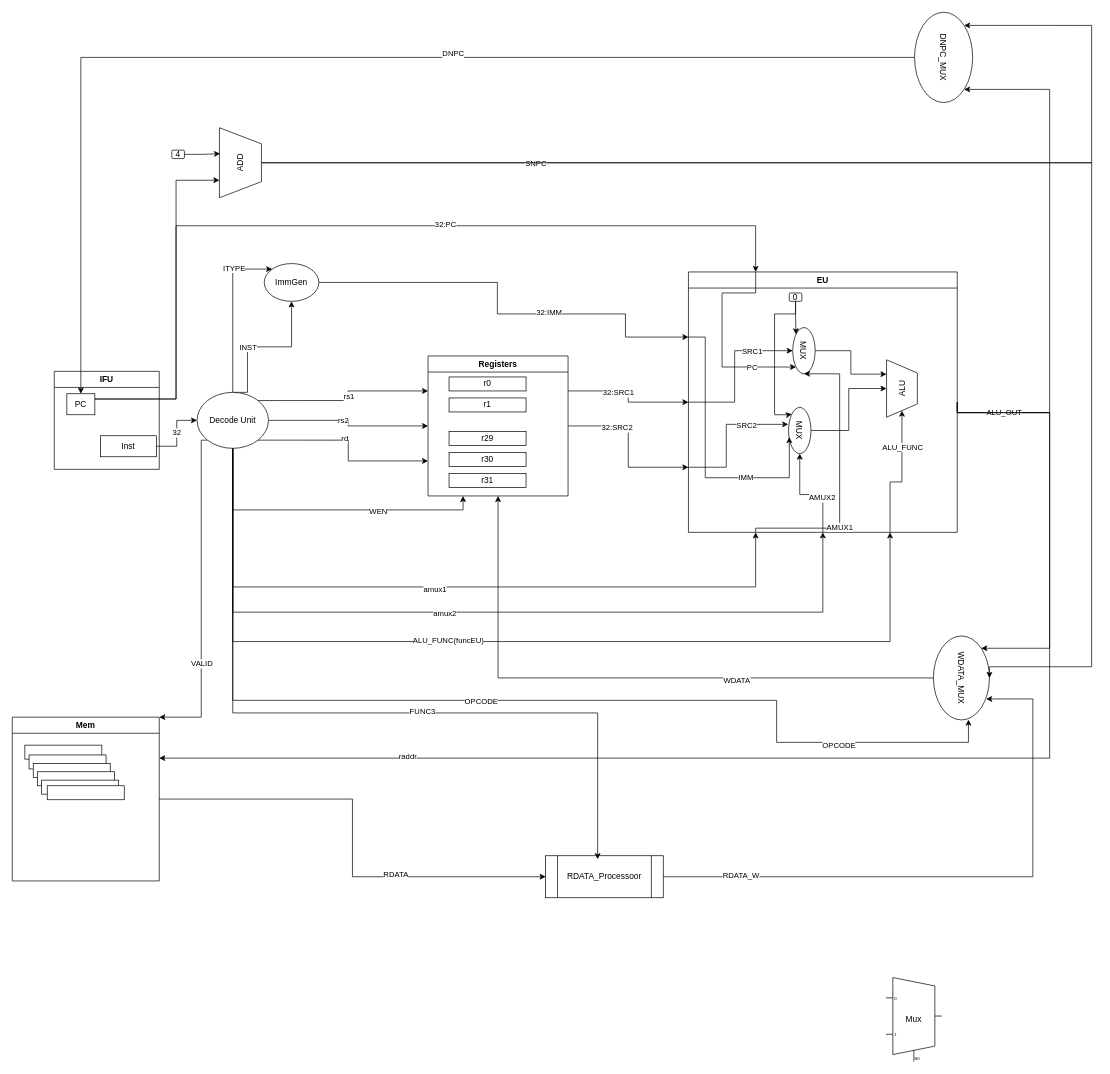
rand-kcs/cpu-design keeps this draw.io diagram as page "第 1 页" (1 of 3) of cpu.drawio. Above is the earlier version. Source tidied: cells renumbered, new cells numbered last; positions are measured from the earlier drawing's top-left corner, leaving out a move shared by most shapes. Both pictures are drawn from the tidied source at 70%, with x=0, y=0 at pixel (12, 25).
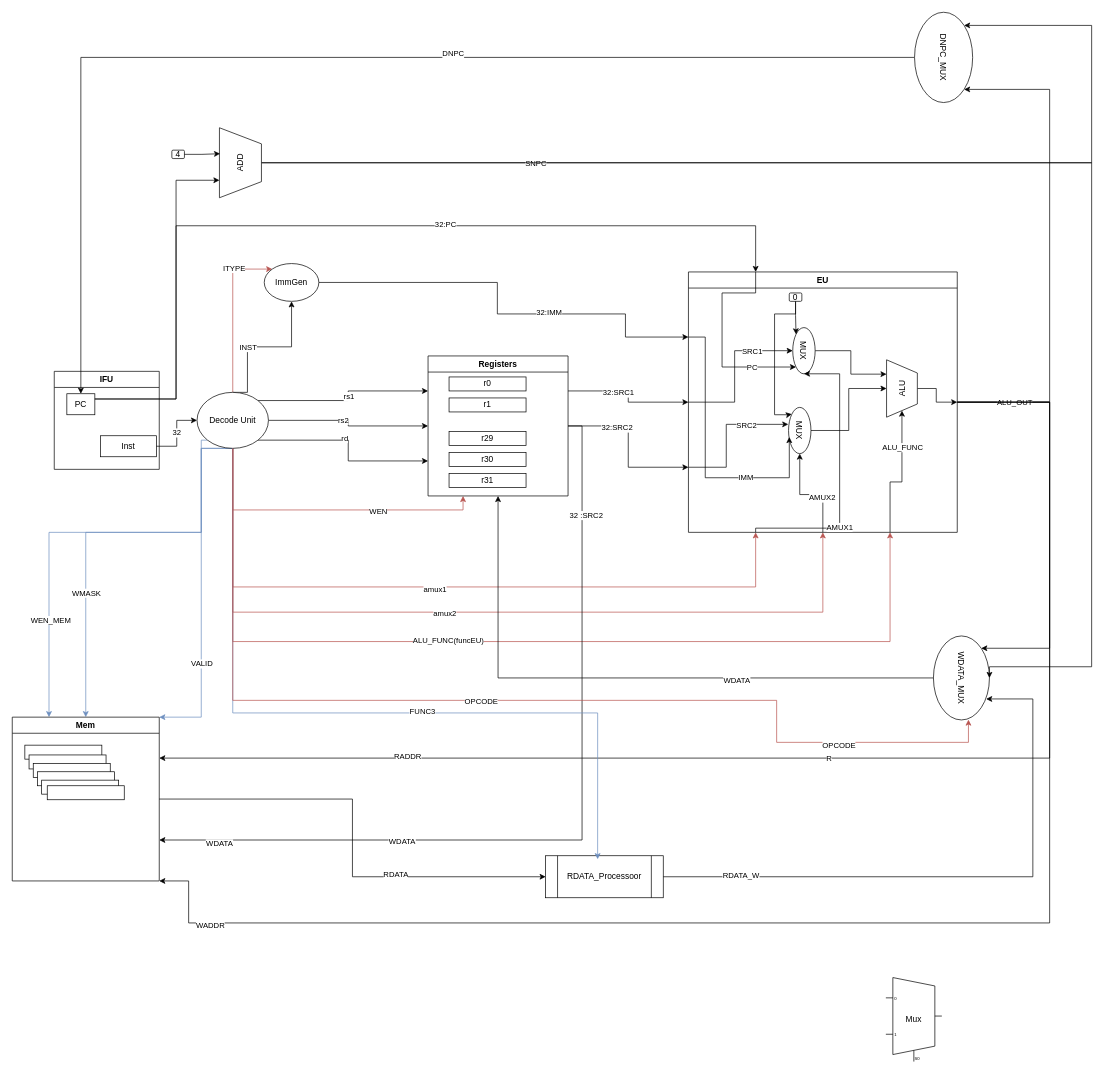
Above is the later version.

Unchanged cells that the change refers to:
```xml
<mxCell id="25" value="Decode Unit" style="ellipse;whiteSpace=wrap;html=1;" parent="1" vertex="1">
  <mxGeometry x="264" y="524" width="102" height="80" as="geometry" />
</mxCell>
<mxCell id="32" value="Mem" style="swimlane;whiteSpace=wrap;html=1;" parent="1" vertex="1">
  <mxGeometry y="988" width="210" height="234" as="geometry" />
</mxCell>
<mxCell id="41" value="Registers" style="swimlane;whiteSpace=wrap;html=1;" parent="1" vertex="1">
  <mxGeometry x="594" y="472" width="200" height="200" as="geometry" />
</mxCell>
<mxCell id="49" value="ImmGen" style="ellipse;whiteSpace=wrap;html=1;" parent="1" vertex="1">
  <mxGeometry x="360" y="340" width="78" height="54" as="geometry" />
</mxCell>
<mxCell id="55" value="EU" style="swimlane;whiteSpace=wrap;html=1;" parent="1" vertex="1">
  <mxGeometry x="966" y="352" width="384" height="372" as="geometry" />
</mxCell>
<mxCell id="58" value="ALU" style="verticalLabelPosition=middle;verticalAlign=middle;html=1;shape=trapezoid;perimeter=trapezoidPerimeter;whiteSpace=wrap;size=0.23;arcSize=10;flipV=1;labelPosition=center;align=center;rotation=-90;" parent="55" vertex="1">
  <mxGeometry x="264" y="144.5" width="82" height="44" as="geometry" />
</mxCell>
<mxCell id="82" value="WDATA_MUX" style="ellipse;whiteSpace=wrap;html=1;rotation=90;" parent="1" vertex="1">
  <mxGeometry x="1296" y="892" width="120" height="80" as="geometry" />
</mxCell>
<mxCell id="93" value="DNPC_MUX" style="ellipse;whiteSpace=wrap;html=1;rotation=90;" parent="1" vertex="1">
  <mxGeometry x="1266" y="4" width="129" height="83" as="geometry" />
</mxCell>
<mxCell id="94" value="RDATA_Processoor" style="shape=process;whiteSpace=wrap;html=1;backgroundOutline=1;" parent="1" vertex="1">
  <mxGeometry x="762" y="1186" width="168" height="60" as="geometry" />
</mxCell>
```

What changed in the source:
```diff
@@
-    <mxCell id="11" style="edgeStyle=orthogonalEdgeStyle;rounded=0;jettySize=auto;html=1;exitX=0.5;exitY=1;exitDx=0;exitDy=0;entryX=0.25;entryY=1;entryDx=0;entryDy=0;" parent="1" edge="1" source="25" target="41">
+    <mxCell id="11" style="edgeStyle=orthogonalEdgeStyle;rounded=0;jettySize=auto;html=1;exitX=0.5;exitY=1;exitDx=0;exitDy=0;entryX=0.25;entryY=1;entryDx=0;entryDy=0;fillColor=#f8cecc;strokeColor=#b85450;" parent="1" edge="1" source="25" target="41">
       <mxGeometry relative="1" as="geometry" />
     </mxCell>
@@
-    <mxCell id="13" style="edgeStyle=orthogonalEdgeStyle;rounded=0;jettySize=auto;html=1;exitX=0.5;exitY=0;exitDx=0;exitDy=0;entryX=0;entryY=0;entryDx=0;entryDy=0;" parent="1" edge="1" source="25" target="49">
+    <mxCell id="13" style="edgeStyle=orthogonalEdgeStyle;rounded=0;jettySize=auto;html=1;exitX=0.5;exitY=0;exitDx=0;exitDy=0;entryX=0;entryY=0;entryDx=0;entryDy=0;fillColor=#f8cecc;strokeColor=#b85450;" parent="1" edge="1" source="25" target="49">
       <mxGeometry relative="1" as="geometry">
         <Array as="points">
           <mxPoint x="315" y="348" />
         </Array>
       </mxGeometry>
     </mxCell>
@@
-    <mxCell id="17" style="edgeStyle=orthogonalEdgeStyle;rounded=0;jettySize=auto;html=1;exitX=0.5;exitY=1;exitDx=0;exitDy=0;entryX=0.25;entryY=1;entryDx=0;entryDy=0;" parent="1" edge="1" source="25" target="55">
+    <mxCell id="17" style="edgeStyle=orthogonalEdgeStyle;rounded=0;jettySize=auto;html=1;exitX=0.5;exitY=1;exitDx=0;exitDy=0;entryX=0.25;entryY=1;entryDx=0;entryDy=0;fillColor=#f8cecc;strokeColor=#b85450;" parent="1" edge="1" source="25" target="55">
       <mxGeometry relative="1" as="geometry">
         <Array as="points">
           <mxPoint x="315" y="802" />
           <mxPoint x="1062" y="802" />
         </Array>
       </mxGeometry>
     </mxCell>
@@
-    <mxCell id="19" style="edgeStyle=orthogonalEdgeStyle;rounded=0;jettySize=auto;html=1;exitX=0.5;exitY=1;exitDx=0;exitDy=0;entryX=0.5;entryY=1;entryDx=0;entryDy=0;" parent="1" edge="1" source="25" target="55">
+    <mxCell id="19" style="edgeStyle=orthogonalEdgeStyle;rounded=0;jettySize=auto;html=1;exitX=0.5;exitY=1;exitDx=0;exitDy=0;entryX=0.5;entryY=1;entryDx=0;entryDy=0;fillColor=#f8cecc;strokeColor=#b85450;" parent="1" edge="1" source="25" target="55">
       <mxGeometry relative="1" as="geometry">
         <Array as="points">
           <mxPoint x="315" y="838" />
           <mxPoint x="1158" y="838" />
         </Array>
       </mxGeometry>
     </mxCell>
@@
-    <mxCell id="21" style="edgeStyle=orthogonalEdgeStyle;rounded=0;jettySize=auto;html=1;exitX=0.5;exitY=1;exitDx=0;exitDy=0;entryX=0.75;entryY=1;entryDx=0;entryDy=0;" parent="1" edge="1" source="25" target="55">
+    <mxCell id="21" style="edgeStyle=orthogonalEdgeStyle;rounded=0;jettySize=auto;html=1;exitX=0.5;exitY=1;exitDx=0;exitDy=0;entryX=0.75;entryY=1;entryDx=0;entryDy=0;fillColor=#f8cecc;strokeColor=#b85450;" parent="1" edge="1" source="25" target="55">
       <mxGeometry relative="1" as="geometry">
         <Array as="points">
           <mxPoint x="315" y="880" />
           <mxPoint x="1254" y="880" />
         </Array>
       </mxGeometry>
     </mxCell>
@@
-    <mxCell id="23" style="edgeStyle=orthogonalEdgeStyle;rounded=0;jettySize=auto;html=1;exitX=0;exitY=1;exitDx=0;exitDy=0;entryX=1;entryY=0;entryDx=0;entryDy=0;" parent="1" edge="1" source="25" target="32">
+    <mxCell id="23" style="edgeStyle=orthogonalEdgeStyle;rounded=0;jettySize=auto;html=1;exitX=0;exitY=1;exitDx=0;exitDy=0;entryX=1;entryY=0;entryDx=0;entryDy=0;fillColor=#dae8fc;strokeColor=#6c8ebf;" parent="1" edge="1" source="25" target="32">
       <mxGeometry relative="1" as="geometry">
         <Array as="points">
           <mxPoint x="270" y="592" />
           <mxPoint x="270" y="988" />
         </Array>
       </mxGeometry>
     </mxCell>
@@
+    <mxCell id="102" style="edgeStyle=orthogonalEdgeStyle;rounded=0;jettySize=auto;html=1;exitX=0.5;exitY=1;exitDx=0;exitDy=0;entryX=0.5;entryY=0;entryDx=0;entryDy=0;fillColor=#dae8fc;strokeColor=#6c8ebf;" parent="1" edge="1" source="25" target="32">
+      <mxGeometry relative="1" as="geometry">
+        <Array as="points">
+          <mxPoint x="270" y="604" />
+          <mxPoint x="270" y="724" />
+          <mxPoint x="105" y="724" />
+        </Array>
+      </mxGeometry>
+    </mxCell>
+    <mxCell id="103" value="WMASK" style="edgeLabel;html=1;align=center;verticalAlign=middle;" parent="102" vertex="1">
+      <mxGeometry x="0.4" relative="1" as="geometry" />
+    </mxCell>
+    <mxCell id="104" style="edgeStyle=orthogonalEdgeStyle;rounded=0;jettySize=auto;html=1;exitX=0.5;exitY=1;exitDx=0;exitDy=0;entryX=0.25;entryY=0;entryDx=0;entryDy=0;fillColor=#dae8fc;strokeColor=#6c8ebf;" parent="1" edge="1" source="25" target="32">
+      <mxGeometry relative="1" as="geometry">
+        <Array as="points">
+          <mxPoint x="270" y="604" />
+          <mxPoint x="270" y="724" />
+          <mxPoint x="53" y="724" />
+        </Array>
+      </mxGeometry>
+    </mxCell>
+    <mxCell id="105" value="WEN_MEM" style="edgeLabel;html=1;align=center;verticalAlign=middle;" parent="104" vertex="1">
+      <mxGeometry x="0.47" y="2" relative="1" as="geometry">
+        <mxPoint y="33" as="offset" />
+      </mxGeometry>
+    </mxCell>
@@
+    <mxCell id="106" style="edgeStyle=orthogonalEdgeStyle;rounded=0;jettySize=auto;html=1;exitX=1;exitY=0.5;exitDx=0;exitDy=0;entryX=1;entryY=0.75;entryDx=0;entryDy=0;" parent="1" edge="1" source="41" target="32">
+      <mxGeometry relative="1" as="geometry" />
+    </mxCell>
+    <mxCell id="107" value="32 :SRC2" style="edgeLabel;html=1;align=center;verticalAlign=middle;" parent="106" vertex="1">
+      <mxGeometry x="-0.76" y="5" relative="1" as="geometry">
+        <mxPoint y="1" as="offset" />
+      </mxGeometry>
+    </mxCell>
+    <mxCell id="108" value="WDATA" style="edgeLabel;html=1;align=center;verticalAlign=middle;" parent="106" vertex="1">
+      <mxGeometry x="0.43" y="2" relative="1" as="geometry" />
+    </mxCell>
+    <mxCell id="109" value="WDATA" style="edgeLabel;html=1;align=center;verticalAlign=middle;" parent="106" vertex="1">
+      <mxGeometry x="0.86" y="5" relative="1" as="geometry" />
+    </mxCell>
@@
     <mxCell id="50" style="edgeStyle=orthogonalEdgeStyle;rounded=0;jettySize=auto;html=1;exitX=1;exitY=0.5;exitDx=0;exitDy=0;entryX=0;entryY=0;entryDx=0;entryDy=0;" parent="1" edge="1" source="55" target="82">
       <mxGeometry relative="1" as="geometry">
         <Array as="points">
-          <mxPoint x="1482" y="553" />
+          <mxPoint x="1482" y="538" />
           <mxPoint x="1482" y="890" />
         </Array>
       </mxGeometry>
     </mxCell>
@@
     <mxCell id="52" style="edgeStyle=orthogonalEdgeStyle;rounded=0;jettySize=auto;html=1;exitX=1;exitY=0.5;exitDx=0;exitDy=0;entryX=1;entryY=0;entryDx=0;entryDy=0;" parent="1" edge="1" source="55" target="93">
       <mxGeometry relative="1" as="geometry">
         <Array as="points">
-          <mxPoint x="1482" y="553" />
+          <mxPoint x="1482" y="538" />
           <mxPoint x="1482" y="91" />
         </Array>
       </mxGeometry>
     </mxCell>
-    <mxCell id="53" style="edgeStyle=orthogonalEdgeStyle;rounded=0;jettySize=auto;html=1;exitX=1;exitY=0.5;exitDx=0;exitDy=0;entryX=1;entryY=0.25;entryDx=0;entryDy=0;" parent="1" edge="1" source="55" target="32">
+    <mxCell id="53" value="R" style="edgeStyle=orthogonalEdgeStyle;rounded=0;jettySize=auto;html=1;exitX=1;exitY=0.5;exitDx=0;exitDy=0;entryX=1;entryY=0.25;entryDx=0;entryDy=0;" parent="1" edge="1" source="55" target="32">
       <mxGeometry relative="1" as="geometry">
         <Array as="points">
-          <mxPoint x="1482" y="553" />
+          <mxPoint x="1482" y="538" />
           <mxPoint x="1482" y="1047" />
         </Array>
       </mxGeometry>
     </mxCell>
-    <mxCell id="54" value="raddr" style="edgeLabel;html=1;align=center;verticalAlign=middle;" parent="53" vertex="1">
+    <mxCell id="54" value="RADDR" style="edgeLabel;html=1;align=center;verticalAlign=middle;" parent="53" vertex="1">
       <mxGeometry x="0.63" y="-3" relative="1" as="geometry">
         <mxPoint x="1" as="offset" />
       </mxGeometry>
     </mxCell>
+    <mxCell id="110" style="edgeStyle=orthogonalEdgeStyle;rounded=0;jettySize=auto;html=1;exitX=1;exitY=0.5;exitDx=0;exitDy=0;entryX=1;entryY=1;entryDx=0;entryDy=0;" parent="1" edge="1" source="55" target="32">
+      <mxGeometry relative="1" as="geometry">
+        <Array as="points">
+          <mxPoint x="1482" y="538" />
+          <mxPoint x="1482" y="1282" />
+          <mxPoint x="252" y="1282" />
+          <mxPoint x="252" y="1222" />
+        </Array>
+      </mxGeometry>
+    </mxCell>
+    <mxCell id="111" value="WADDR" style="edgeLabel;html=1;align=center;verticalAlign=middle;" parent="110" vertex="1">
+      <mxGeometry x="0.88" y="3" relative="1" as="geometry" />
+    </mxCell>
@@
+    <mxCell id="112" style="edgeStyle=orthogonalEdgeStyle;rounded=0;jettySize=auto;html=1;exitX=0.5;exitY=1;exitDx=0;exitDy=0;entryX=1;entryY=0.5;entryDx=0;entryDy=0;" parent="55" edge="1" source="58" target="55">
+      <mxGeometry relative="1" as="geometry">
+        <Array as="points">
+          <mxPoint x="354" y="167" />
+          <mxPoint x="354" y="186" />
+        </Array>
+      </mxGeometry>
+    </mxCell>
@@
-    <mxCell id="97" style="edgeStyle=orthogonalEdgeStyle;rounded=0;jettySize=auto;html=1;exitX=0.5;exitY=1;exitDx=0;exitDy=0;entryX=0.442;entryY=0.082;entryDx=0;entryDy=0;entryPerimeter=0;" parent="1" edge="1" source="25" target="94">
+    <mxCell id="97" style="edgeStyle=orthogonalEdgeStyle;rounded=0;jettySize=auto;html=1;exitX=0.5;exitY=1;exitDx=0;exitDy=0;entryX=0.442;entryY=0.082;entryDx=0;entryDy=0;entryPerimeter=0;fillColor=#dae8fc;strokeColor=#6c8ebf;" parent="1" edge="1" source="25" target="94">
       <mxGeometry relative="1" as="geometry">
         <Array as="points">
           <mxPoint x="315" y="982" />
           <mxPoint x="836" y="982" />
         </Array>
       </mxGeometry>
     </mxCell>
@@
-    <mxCell id="99" style="edgeStyle=orthogonalEdgeStyle;rounded=0;jettySize=auto;html=1;exitX=0.5;exitY=1;exitDx=0;exitDy=0;entryX=0.996;entryY=0.375;entryDx=0;entryDy=0;entryPerimeter=0;" parent="1" edge="1" source="25" target="82">
+    <mxCell id="99" style="edgeStyle=orthogonalEdgeStyle;rounded=0;jettySize=auto;html=1;exitX=0.5;exitY=1;exitDx=0;exitDy=0;entryX=0.996;entryY=0.375;entryDx=0;entryDy=0;entryPerimeter=0;fillColor=#f8cecc;strokeColor=#b85450;" parent="1" edge="1" source="25" target="82">
       <mxGeometry relative="1" as="geometry">
         <Array as="points">
           <mxPoint x="315" y="964" />
           <mxPoint x="1092" y="964" />
           <mxPoint x="1092" y="1024" />
           <mxPoint x="1366" y="1024" />
         </Array>
       </mxGeometry>
     </mxCell>
```
